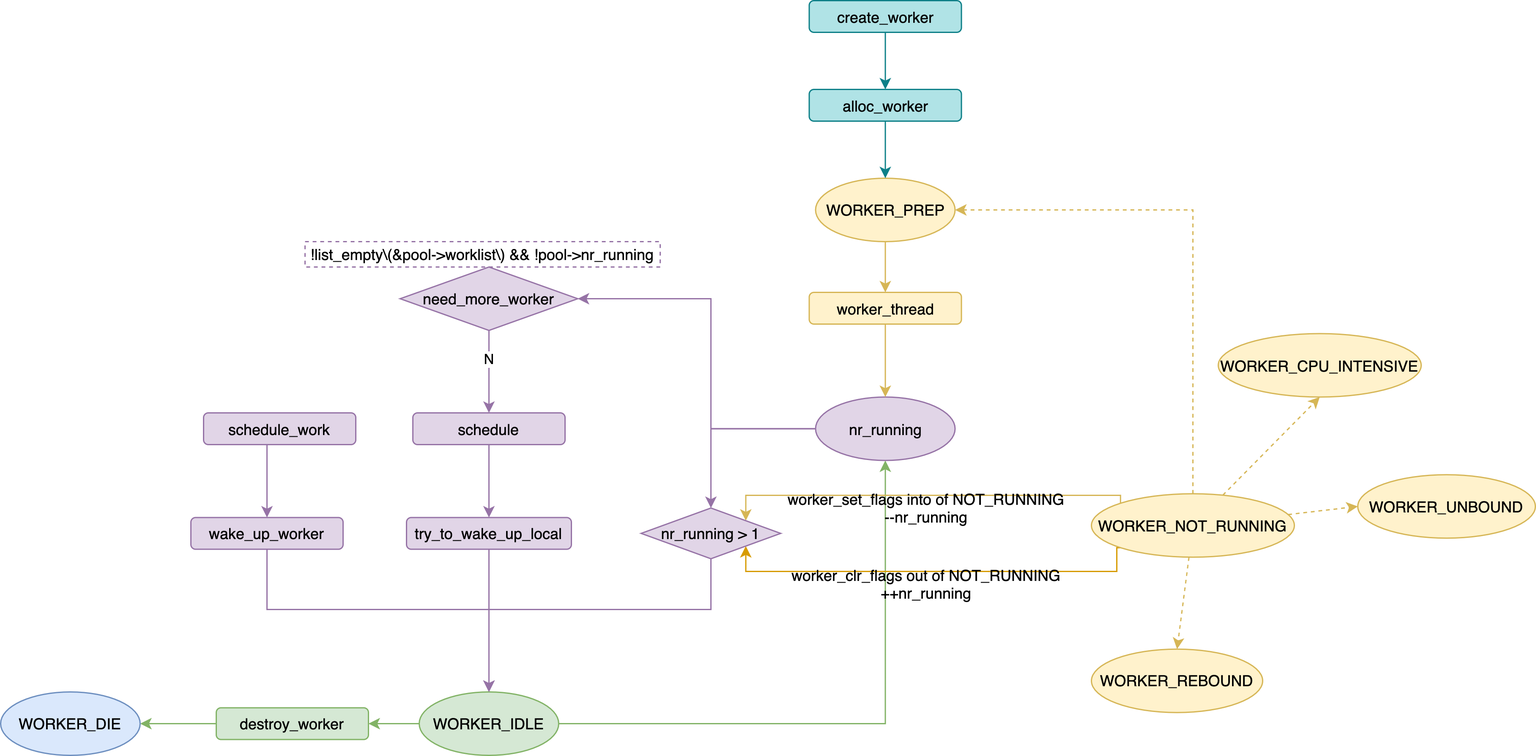
jemmy512/book-notes keeps this draw.io diagram as Images/Kernel/proc-cmwq-state.png. Above is the earlier version. Source tidied: cells renumbered, new cells last; positions are measured from the earlier drawing's top-left corner, leaving out a move shared by most shapes. The source it was exported from:
```xml
<mxGraphModel>
  <root>
    <mxCell id="0" />
    <mxCell id="1" parent="0" />
    <mxCell id="2" style="edgeStyle=orthogonalEdgeStyle;rounded=0;jettySize=auto;html=1;entryX=1;entryY=0.5;entryDx=0;entryDy=0;exitX=0;exitY=0.5;exitDx=0;exitDy=0;fillColor=#d5e8d4;strokeColor=#82b366;" parent="1" edge="1" source="3" target="19">
      <mxGeometry relative="1" as="geometry" />
    </mxCell>
    <mxCell id="3" value="destroy_worker" style="rounded=1;whiteSpace=wrap;html=1;fillColor=#d5e8d4;strokeColor=#82b366;" parent="1" vertex="1">
      <mxGeometry x="170" y="557.5" width="120" height="25" as="geometry" />
    </mxCell>
    <mxCell id="4" style="edgeStyle=orthogonalEdgeStyle;rounded=0;jettySize=auto;html=1;entryX=1;entryY=0.5;entryDx=0;entryDy=0;exitX=0;exitY=0.5;exitDx=0;exitDy=0;fillColor=#d5e8d4;strokeColor=#82b366;" parent="1" edge="1" source="6" target="3">
      <mxGeometry relative="1" as="geometry" />
    </mxCell>
    <mxCell id="5" style="edgeStyle=orthogonalEdgeStyle;rounded=0;jettySize=auto;html=1;entryX=0.5;entryY=1;entryDx=0;entryDy=0;fillColor=#d5e8d4;strokeColor=#82b366;" parent="1" edge="1" source="6" target="26">
      <mxGeometry relative="1" as="geometry">
        <Array as="points">
          <mxPoint x="697" y="570" />
        </Array>
      </mxGeometry>
    </mxCell>
    <mxCell id="6" value="&lt;span&gt;WORKER_IDLE&lt;/span&gt;" style="ellipse;whiteSpace=wrap;html=1;fillColor=#d5e8d4;strokeColor=#82b366;" parent="1" vertex="1">
      <mxGeometry x="330" y="545" width="110" height="50" as="geometry" />
    </mxCell>
    <mxCell id="7" style="edgeStyle=orthogonalEdgeStyle;rounded=0;jettySize=auto;html=1;fillColor=#fff2cc;strokeColor=#d6b656;" parent="1" edge="1" source="8" target="28">
      <mxGeometry relative="1" as="geometry" />
    </mxCell>
    <mxCell id="8" value="&lt;span&gt;WORKER_PREP&lt;/span&gt;" style="ellipse;whiteSpace=wrap;html=1;fillColor=#fff2cc;strokeColor=#d6b656;" parent="1" vertex="1">
      <mxGeometry x="642.5" y="140" width="110" height="50" as="geometry" />
    </mxCell>
    <mxCell id="9" value="&lt;span&gt;WORKER_CPU_INTENSIVE&lt;/span&gt;" style="ellipse;whiteSpace=wrap;html=1;fillColor=#fff2cc;strokeColor=#d6b656;" parent="1" vertex="1">
      <mxGeometry x="960" y="262.5" width="160" height="50" as="geometry" />
    </mxCell>
    <mxCell id="10" value="&lt;span style=&quot;font-family: &amp;#34;helvetica&amp;#34;&quot;&gt;WORKER_UNBOUND&lt;/span&gt;" style="ellipse;whiteSpace=wrap;html=1;fillColor=#fff2cc;strokeColor=#d6b656;" parent="1" vertex="1">
      <mxGeometry x="1070" y="373.8" width="140" height="50" as="geometry" />
    </mxCell>
    <mxCell id="11" value="&lt;span style=&quot;font-family: &amp;#34;helvetica&amp;#34;&quot;&gt;WORKER_REBOUND&lt;/span&gt;" style="ellipse;whiteSpace=wrap;html=1;fillColor=#fff2cc;strokeColor=#d6b656;" parent="1" vertex="1">
      <mxGeometry x="860" y="511.2" width="135" height="50" as="geometry" />
    </mxCell>
    <mxCell id="12" style="edgeStyle=none;rounded=0;jettySize=auto;html=1;entryX=0.5;entryY=1;entryDx=0;entryDy=0;dashed=1;fillColor=#fff2cc;strokeColor=#d6b656;" parent="1" edge="1" source="18" target="9">
      <mxGeometry relative="1" as="geometry" />
    </mxCell>
    <mxCell id="13" style="edgeStyle=none;rounded=0;jettySize=auto;html=1;entryX=0;entryY=0.5;entryDx=0;entryDy=0;dashed=1;fillColor=#fff2cc;strokeColor=#d6b656;" parent="1" edge="1" source="18" target="10">
      <mxGeometry relative="1" as="geometry" />
    </mxCell>
    <mxCell id="14" style="edgeStyle=none;rounded=0;jettySize=auto;html=1;entryX=0.5;entryY=0;entryDx=0;entryDy=0;dashed=1;fillColor=#fff2cc;strokeColor=#d6b656;" parent="1" edge="1" source="18" target="11">
      <mxGeometry relative="1" as="geometry" />
    </mxCell>
    <mxCell id="15" style="edgeStyle=orthogonalEdgeStyle;rounded=0;jettySize=auto;html=1;entryX=1;entryY=0.5;entryDx=0;entryDy=0;dashed=1;fillColor=#fff2cc;strokeColor=#d6b656;" parent="1" edge="1" source="18" target="8">
      <mxGeometry relative="1" as="geometry">
        <Array as="points">
          <mxPoint x="940" y="165" />
        </Array>
      </mxGeometry>
    </mxCell>
    <mxCell id="16" style="edgeStyle=orthogonalEdgeStyle;rounded=0;jettySize=auto;html=1;entryX=1;entryY=0;entryDx=0;entryDy=0;exitX=0;exitY=0;exitDx=0;exitDy=0;fillColor=#fff2cc;strokeColor=#d6b656;" parent="1" edge="1" source="18" target="38">
      <mxGeometry relative="1" as="geometry">
        <Array as="points">
          <mxPoint x="883" y="390" />
          <mxPoint x="588" y="390" />
        </Array>
      </mxGeometry>
    </mxCell>
    <mxCell id="17" style="edgeStyle=orthogonalEdgeStyle;rounded=0;jettySize=auto;html=1;entryX=1;entryY=1;entryDx=0;entryDy=0;exitX=0;exitY=1;exitDx=0;exitDy=0;fillColor=#ffe6cc;strokeColor=#d79b00;" parent="1" edge="1" source="18" target="38">
      <mxGeometry relative="1" as="geometry">
        <Array as="points">
          <mxPoint x="880" y="431" />
          <mxPoint x="880" y="450" />
          <mxPoint x="588" y="450" />
        </Array>
      </mxGeometry>
    </mxCell>
    <mxCell id="18" value="&lt;span style=&quot;font-family: &amp;#34;helvetica&amp;#34;&quot;&gt;WORKER_NOT_RUNNING&lt;/span&gt;" style="ellipse;whiteSpace=wrap;html=1;fillColor=#fff2cc;strokeColor=#d6b656;" parent="1" vertex="1">
      <mxGeometry x="860" y="388.8" width="160" height="50" as="geometry" />
    </mxCell>
    <mxCell id="19" value="&lt;span&gt;WORKER_DIE&lt;/span&gt;" style="ellipse;whiteSpace=wrap;html=1;fillColor=#dae8fc;strokeColor=#6c8ebf;" parent="1" vertex="1">
      <mxGeometry y="545" width="110" height="50" as="geometry" />
    </mxCell>
    <mxCell id="20" style="edgeStyle=orthogonalEdgeStyle;rounded=0;jettySize=auto;html=1;entryX=0.5;entryY=0;entryDx=0;entryDy=0;fillColor=#b0e3e6;strokeColor=#0e8088;" parent="1" edge="1" source="21" target="8">
      <mxGeometry relative="1" as="geometry" />
    </mxCell>
    <mxCell id="21" value="alloc_worker" style="rounded=1;whiteSpace=wrap;html=1;fillColor=#b0e3e6;strokeColor=#0e8088;" parent="1" vertex="1">
      <mxGeometry x="637.5" y="70" width="120" height="25" as="geometry" />
    </mxCell>
    <mxCell id="22" style="rounded=0;jettySize=auto;html=1;entryX=0.5;entryY=0;entryDx=0;entryDy=0;edgeStyle=orthogonalEdgeStyle;fillColor=#b0e3e6;strokeColor=#0e8088;" parent="1" edge="1" source="23" target="21">
      <mxGeometry relative="1" as="geometry" />
    </mxCell>
    <mxCell id="23" value="create_worker" style="rounded=1;whiteSpace=wrap;html=1;fillColor=#b0e3e6;strokeColor=#0e8088;" parent="1" vertex="1">
      <mxGeometry x="637.5" width="120" height="25" as="geometry" />
    </mxCell>
    <mxCell id="24" style="edgeStyle=orthogonalEdgeStyle;rounded=0;jettySize=auto;html=1;exitX=0;exitY=0.5;exitDx=0;exitDy=0;entryX=1;entryY=0.5;entryDx=0;entryDy=0;fillColor=#e1d5e7;strokeColor=#9673a6;" parent="1" edge="1" source="26" target="41">
      <mxGeometry relative="1" as="geometry">
        <Array as="points">
          <mxPoint x="560" y="338" />
          <mxPoint x="560" y="235" />
        </Array>
      </mxGeometry>
    </mxCell>
    <mxCell id="25" style="edgeStyle=orthogonalEdgeStyle;rounded=0;jettySize=auto;html=1;entryX=0.5;entryY=0;entryDx=0;entryDy=0;fillColor=#e1d5e7;strokeColor=#9673a6;exitX=0;exitY=0.5;exitDx=0;exitDy=0;" parent="1" edge="1" source="26" target="38">
      <mxGeometry relative="1" as="geometry">
        <Array as="points">
          <mxPoint x="560" y="338" />
        </Array>
      </mxGeometry>
    </mxCell>
    <mxCell id="26" value="&lt;span&gt;nr_running&lt;/span&gt;" style="ellipse;whiteSpace=wrap;html=1;fillColor=#e1d5e7;strokeColor=#9673a6;" parent="1" vertex="1">
      <mxGeometry x="642.5" y="312.5" width="110" height="50" as="geometry" />
    </mxCell>
    <mxCell id="27" style="edgeStyle=orthogonalEdgeStyle;rounded=0;jettySize=auto;html=1;fillColor=#fff2cc;strokeColor=#d6b656;" parent="1" edge="1" source="28" target="26">
      <mxGeometry relative="1" as="geometry" />
    </mxCell>
    <mxCell id="28" value="worker_thread" style="rounded=1;whiteSpace=wrap;html=1;fillColor=#fff2cc;strokeColor=#d6b656;" parent="1" vertex="1">
      <mxGeometry x="637.5" y="230" width="120" height="25" as="geometry" />
    </mxCell>
    <mxCell id="29" style="edgeStyle=orthogonalEdgeStyle;rounded=0;jettySize=auto;html=1;fillColor=#e1d5e7;strokeColor=#9673a6;" parent="1" edge="1" source="30" target="36">
      <mxGeometry relative="1" as="geometry" />
    </mxCell>
    <mxCell id="30" value="schedule" style="rounded=1;whiteSpace=wrap;html=1;fillColor=#e1d5e7;strokeColor=#9673a6;" parent="1" vertex="1">
      <mxGeometry x="325" y="325" width="120" height="25" as="geometry" />
    </mxCell>
    <mxCell id="31" style="edgeStyle=orthogonalEdgeStyle;rounded=0;jettySize=auto;html=1;entryX=0.5;entryY=0;entryDx=0;entryDy=0;fillColor=#e1d5e7;strokeColor=#9673a6;" parent="1" edge="1" source="32" target="34">
      <mxGeometry relative="1" as="geometry">
        <Array as="points">
          <mxPoint x="210" y="387.5" />
          <mxPoint x="210" y="387.5" />
        </Array>
      </mxGeometry>
    </mxCell>
    <mxCell id="32" value="schedule_work" style="rounded=1;whiteSpace=wrap;html=1;fillColor=#e1d5e7;strokeColor=#9673a6;" parent="1" vertex="1">
      <mxGeometry x="160" y="325" width="120" height="25" as="geometry" />
    </mxCell>
    <mxCell id="33" style="edgeStyle=orthogonalEdgeStyle;rounded=0;jettySize=auto;html=1;entryX=0.5;entryY=0;entryDx=0;entryDy=0;fillColor=#e1d5e7;strokeColor=#9673a6;" parent="1" edge="1" source="34" target="6">
      <mxGeometry relative="1" as="geometry">
        <Array as="points">
          <mxPoint x="210" y="480" />
          <mxPoint x="385" y="480" />
        </Array>
      </mxGeometry>
    </mxCell>
    <mxCell id="34" value="wake_up_worker" style="rounded=1;whiteSpace=wrap;html=1;fillColor=#e1d5e7;strokeColor=#9673a6;" parent="1" vertex="1">
      <mxGeometry x="150" y="407.5" width="120" height="25" as="geometry" />
    </mxCell>
    <mxCell id="35" style="edgeStyle=orthogonalEdgeStyle;rounded=0;jettySize=auto;html=1;entryX=0.5;entryY=0;entryDx=0;entryDy=0;fillColor=#e1d5e7;strokeColor=#9673a6;" parent="1" edge="1" source="36" target="6">
      <mxGeometry relative="1" as="geometry" />
    </mxCell>
    <mxCell id="36" value="try_to_wake_up_local" style="rounded=1;whiteSpace=wrap;html=1;fillColor=#e1d5e7;strokeColor=#9673a6;" parent="1" vertex="1">
      <mxGeometry x="320" y="407.5" width="130" height="25" as="geometry" />
    </mxCell>
    <mxCell id="37" style="edgeStyle=orthogonalEdgeStyle;rounded=0;jettySize=auto;html=1;entryX=0.5;entryY=0;entryDx=0;entryDy=0;fillColor=#e1d5e7;strokeColor=#9673a6;exitX=0.5;exitY=1;exitDx=0;exitDy=0;" parent="1" edge="1" source="38" target="6">
      <mxGeometry relative="1" as="geometry">
        <Array as="points">
          <mxPoint x="560" y="480" />
          <mxPoint x="385" y="480" />
        </Array>
      </mxGeometry>
    </mxCell>
    <mxCell id="38" value="&lt;span&gt;nr_running &amp;gt; 1&lt;/span&gt;" style="rhombus;whiteSpace=wrap;html=1;fillColor=#e1d5e7;strokeColor=#9673a6;" parent="1" vertex="1">
      <mxGeometry x="505" y="400" width="110" height="40" as="geometry" />
    </mxCell>
    <mxCell id="39" style="edgeStyle=orthogonalEdgeStyle;rounded=0;jettySize=auto;html=1;entryX=0.5;entryY=0;entryDx=0;entryDy=0;fillColor=#e1d5e7;strokeColor=#9673a6;" parent="1" edge="1" source="41" target="30">
      <mxGeometry relative="1" as="geometry" />
    </mxCell>
    <mxCell id="40" value="N" style="edgeLabel;html=1;align=center;verticalAlign=middle;" parent="39" vertex="1">
      <mxGeometry x="-0.56" relative="1" as="geometry">
        <mxPoint y="8.6" as="offset" />
      </mxGeometry>
    </mxCell>
    <mxCell id="41" value="need_more_worker" style="rhombus;whiteSpace=wrap;html=1;fillColor=#e1d5e7;strokeColor=#9673a6;" parent="1" vertex="1">
      <mxGeometry x="315" y="210" width="140" height="50" as="geometry" />
    </mxCell>
    <mxCell id="42" value="!list_empty\(&amp;amp;pool-&amp;gt;worklist\) &amp;amp;&amp;amp; !pool-&amp;gt;nr_running" style="text;html=1;align=center;verticalAlign=middle;whiteSpace=wrap;rounded=0;dashed=1;strokeColor=#9673a6;" parent="1" vertex="1">
      <mxGeometry x="240" y="190" width="280" height="20" as="geometry" />
    </mxCell>
    <mxCell id="43" value="worker_clr_flags out of NOT_RUNNING&lt;br&gt;++nr_running" style="text;html=1;align=center;verticalAlign=middle;whiteSpace=wrap;rounded=0;dashed=1;" parent="1" vertex="1">
      <mxGeometry x="590" y="450" width="280" height="20" as="geometry" />
    </mxCell>
    <mxCell id="44" value="worker_set_flags into of NOT_RUNNING&lt;br&gt;--nr_running" style="text;html=1;align=center;verticalAlign=middle;whiteSpace=wrap;rounded=0;dashed=1;" parent="1" vertex="1">
      <mxGeometry x="590" y="390" width="280" height="20" as="geometry" />
    </mxCell>
  </root>
</mxGraphModel>
```
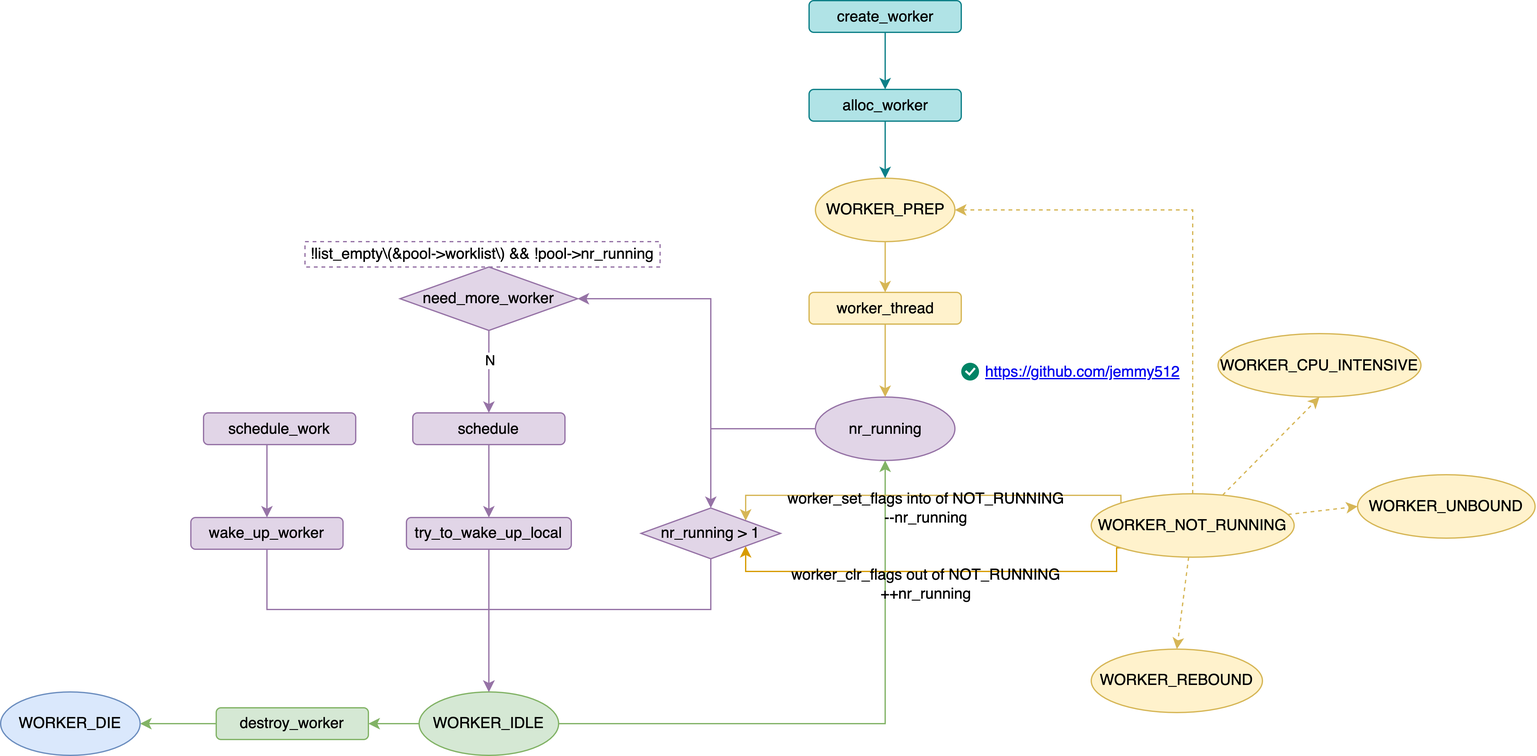
Later version of the same file.

Change to the diagram source:
```diff
@@ -176,5 +176,11 @@
     <mxCell id="44" value="worker_set_flags into of NOT_RUNNING&lt;br&gt;--nr_running" style="text;html=1;align=center;verticalAlign=middle;whiteSpace=wrap;rounded=0;dashed=1;" parent="1" vertex="1">
       <mxGeometry x="590" y="390" width="280" height="20" as="geometry" />
     </mxCell>
+    <mxCell id="45" style="html=1;shadow=0;dashed=0;shape=mxgraph.atlassian.checkbox;fillColor=#008465;strokeColor=none;html=1;sketch=0;" parent="1" vertex="1">
+      <mxGeometry x="757.5" y="285.5" width="14" height="14" as="geometry" />
+    </mxCell>
+    <mxCell id="46" value="https://github.com/jemmy512" style="text;html=1;strokeColor=none;fillColor=none;whiteSpace=wrap;align=center;verticalAlign=middle;fontColor=#0000EE;fontStyle=4;" parent="1" vertex="1">
+      <mxGeometry x="767.6" y="272.5" width="170.9" height="40" as="geometry" />
+    </mxCell>
   </root>
 </mxGraphModel>
```
